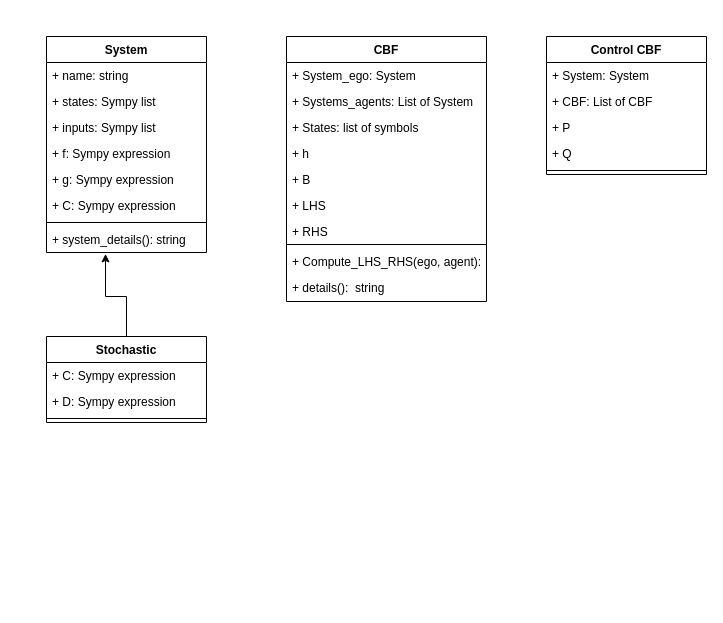
Above: scripts/python_architecture.drawio in tomashdz/control_barrier_function_kit (draw.io), before the change. Source tidied: cells renumbered, new cells numbered last; positions are measured from the earlier drawing's top-left corner, leaving out a move shared by most shapes. Both pictures are drawn from the tidied source at 100%, with x=0, y=0 at pixel (46, 36).
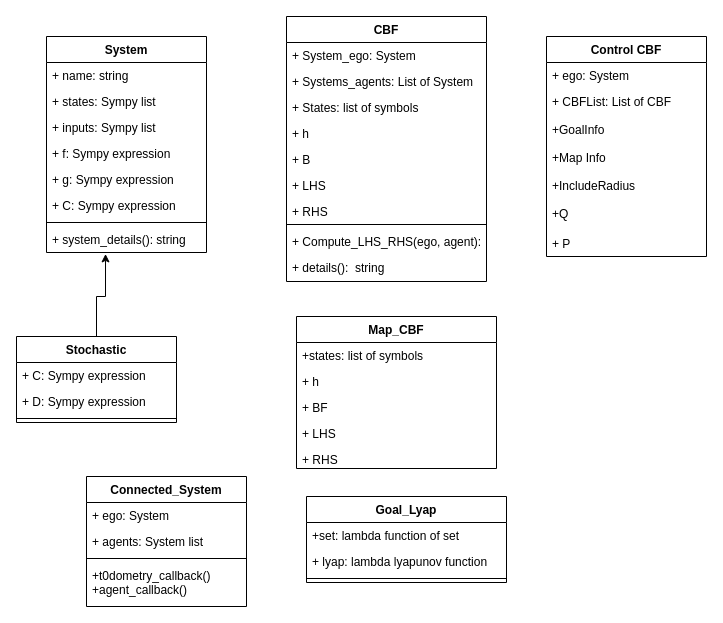
The same page after the edit.

The change refers to these unchanged cells:
```xml
<mxCell id="10" value="+ system_details(): string" style="text;strokeColor=none;fillColor=none;align=left;verticalAlign=top;spacingLeft=4;spacingRight=4;overflow=hidden;points=[[0,0.5],[1,0.5]];portConstraint=eastwest;" parent="2" vertex="1">
  <mxGeometry y="190" width="160" height="26" as="geometry" />
</mxCell>
```

The edit, as a diff of the source:
```diff
@@
     <mxCell id="11" style="edgeStyle=orthogonalEdgeStyle;rounded=0;jettySize=auto;html=1;exitX=0.5;exitY=0;exitDx=0;exitDy=0;entryX=0.369;entryY=1.055;entryDx=0;entryDy=0;entryPerimeter=0;" parent="1" edge="1" source="12" target="10">
       <mxGeometry relative="1" as="geometry">
         <Array as="points">
-          <mxPoint x="80" y="260" />
+          <mxPoint x="50" y="260" />
           <mxPoint x="59" y="260" />
         </Array>
       </mxGeometry>
     </mxCell>
     <mxCell id="12" value="Stochastic" style="swimlane;fontStyle=1;align=center;verticalAlign=top;horizontal=1;startSize=26;" parent="1" vertex="1">
-      <mxGeometry y="300" width="160" height="86" as="geometry" />
+      <mxGeometry x="-30" y="300" width="160" height="86" as="geometry" />
     </mxCell>
@@
     <mxCell id="16" value="CBF" style="swimlane;fontStyle=1;align=center;verticalAlign=top;horizontal=1;startSize=26;" parent="1" vertex="1">
-      <mxGeometry x="240" width="200" height="265" as="geometry" />
+      <mxGeometry x="240" y="-20" width="200" height="265" as="geometry" />
     </mxCell>
@@
     <mxCell id="27" value="Control CBF" style="swimlane;fontStyle=1;align=center;verticalAlign=top;horizontal=1;startSize=26;" parent="1" vertex="1">
-      <mxGeometry x="500" width="160" height="138" as="geometry" />
+      <mxGeometry x="500" width="160" height="220" as="geometry" />
     </mxCell>
-    <mxCell id="28" value="+ System: System" style="text;strokeColor=none;fillColor=none;align=left;verticalAlign=top;spacingLeft=4;spacingRight=4;overflow=hidden;" parent="27" vertex="1">
+    <mxCell id="28" value="+ ego: System" style="text;strokeColor=none;fillColor=none;align=left;verticalAlign=top;spacingLeft=4;spacingRight=4;overflow=hidden;" parent="27" vertex="1">
       <mxGeometry y="26" width="160" height="26" as="geometry" />
     </mxCell>
-    <mxCell id="29" value="+ CBF: List of CBF" style="text;strokeColor=none;fillColor=none;align=left;verticalAlign=top;spacingLeft=4;spacingRight=4;overflow=hidden;" parent="27" vertex="1">
-      <mxGeometry y="52" width="160" height="26" as="geometry" />
+    <mxCell id="29" value="+ CBFList: List of CBF&#10;" style="text;strokeColor=none;fillColor=none;align=left;verticalAlign=top;spacingLeft=4;spacingRight=4;overflow=hidden;" parent="27" vertex="1">
+      <mxGeometry y="52" width="160" height="28" as="geometry" />
     </mxCell>
+    <mxCell id="33" value="+GoalInfo&#10;" style="text;strokeColor=none;fillColor=none;align=left;verticalAlign=top;spacingLeft=4;spacingRight=4;overflow=hidden;" parent="27" vertex="1">
+      <mxGeometry y="80" width="160" height="28" as="geometry" />
+    </mxCell>
+    <mxCell id="31" value="+Map Info&#10;&#10;+IncludeRadius&#10;&#10;+Q" style="text;strokeColor=none;fillColor=none;align=left;verticalAlign=top;spacingLeft=4;spacingRight=4;overflow=hidden;" parent="27" vertex="1">
+      <mxGeometry y="108" width="160" height="86" as="geometry" />
+    </mxCell>
     <mxCell id="30" value="+ P" style="text;strokeColor=none;fillColor=none;align=left;verticalAlign=top;spacingLeft=4;spacingRight=4;overflow=hidden;" parent="27" vertex="1">
-      <mxGeometry y="78" width="160" height="26" as="geometry" />
+      <mxGeometry y="194" width="160" height="26" as="geometry" />
     </mxCell>
-    <mxCell id="31" value="+ Q" style="text;strokeColor=none;fillColor=none;align=left;verticalAlign=top;spacingLeft=4;spacingRight=4;overflow=hidden;" parent="27" vertex="1">
-      <mxGeometry y="104" width="160" height="26" as="geometry" />
-    </mxCell>
-    <mxCell id="32" style="line;strokeWidth=1;fillColor=none;align=left;verticalAlign=middle;spacingTop=-1;spacingLeft=3;spacingRight=3;labelPosition=right;" parent="27" vertex="1">
-      <mxGeometry y="130" width="160" height="8" as="geometry" />
-    </mxCell>
+    <mxCell id="34" value="Map_CBF" style="swimlane;fontStyle=1;align=center;verticalAlign=top;horizontal=1;startSize=26;" parent="1" vertex="1">
+      <mxGeometry x="250" y="280" width="200" height="152" as="geometry" />
+    </mxCell>
+    <mxCell id="35" value="+states: list of symbols" style="text;strokeColor=none;fillColor=none;align=left;verticalAlign=top;spacingLeft=4;spacingRight=4;overflow=hidden;" parent="34" vertex="1">
+      <mxGeometry y="26" width="200" height="26" as="geometry" />
+    </mxCell>
+    <mxCell id="36" value="+ h" style="text;strokeColor=none;fillColor=none;align=left;verticalAlign=top;spacingLeft=4;spacingRight=4;overflow=hidden;" parent="34" vertex="1">
+      <mxGeometry y="52" width="200" height="26" as="geometry" />
+    </mxCell>
+    <mxCell id="37" value="+ BF" style="text;strokeColor=none;fillColor=none;align=left;verticalAlign=top;spacingLeft=4;spacingRight=4;overflow=hidden;" parent="34" vertex="1">
+      <mxGeometry y="78" width="200" height="26" as="geometry" />
+    </mxCell>
+    <mxCell id="38" value="+ LHS" style="text;strokeColor=none;fillColor=none;align=left;verticalAlign=top;spacingLeft=4;spacingRight=4;overflow=hidden;" parent="34" vertex="1">
+      <mxGeometry y="104" width="200" height="26" as="geometry" />
+    </mxCell>
+    <mxCell id="39" value="+ RHS" style="text;strokeColor=none;fillColor=none;align=left;verticalAlign=top;spacingLeft=4;spacingRight=4;overflow=hidden;" parent="34" vertex="1">
+      <mxGeometry y="130" width="200" height="22" as="geometry" />
+    </mxCell>
+    <mxCell id="40" value="Connected_System" style="swimlane;fontStyle=1;align=center;verticalAlign=top;horizontal=1;startSize=26;" parent="1" vertex="1">
+      <mxGeometry x="40" y="440" width="160" height="130" as="geometry" />
+    </mxCell>
+    <mxCell id="41" value="+ ego: System" style="text;strokeColor=none;fillColor=none;align=left;verticalAlign=top;spacingLeft=4;spacingRight=4;overflow=hidden;" parent="40" vertex="1">
+      <mxGeometry y="26" width="160" height="26" as="geometry" />
+    </mxCell>
+    <mxCell id="42" value="+ agents: System list" style="text;strokeColor=none;fillColor=none;align=left;verticalAlign=top;spacingLeft=4;spacingRight=4;overflow=hidden;" parent="40" vertex="1">
+      <mxGeometry y="52" width="160" height="26" as="geometry" />
+    </mxCell>
+    <mxCell id="43" style="line;strokeWidth=1;fillColor=none;align=left;verticalAlign=middle;spacingTop=-1;spacingLeft=3;spacingRight=3;labelPosition=right;" parent="40" vertex="1">
+      <mxGeometry y="78" width="160" height="8" as="geometry" />
+    </mxCell>
+    <mxCell id="44" value="+t0dometry_callback()&#10;+agent_callback()" style="text;strokeColor=none;fillColor=none;align=left;verticalAlign=top;spacingLeft=4;spacingRight=4;overflow=hidden;" parent="40" vertex="1">
+      <mxGeometry y="86" width="160" height="44" as="geometry" />
+    </mxCell>
+    <mxCell id="45" value="Goal_Lyap" style="swimlane;fontStyle=1;align=center;verticalAlign=top;horizontal=1;startSize=26;" parent="1" vertex="1">
+      <mxGeometry x="260" y="460" width="200" height="86" as="geometry" />
+    </mxCell>
+    <mxCell id="46" value="+set: lambda function of set" style="text;strokeColor=none;fillColor=none;align=left;verticalAlign=top;spacingLeft=4;spacingRight=4;overflow=hidden;" parent="45" vertex="1">
+      <mxGeometry y="26" width="200" height="26" as="geometry" />
+    </mxCell>
+    <mxCell id="47" value="+ lyap: lambda lyapunov function" style="text;strokeColor=none;fillColor=none;align=left;verticalAlign=top;spacingLeft=4;spacingRight=4;overflow=hidden;" parent="45" vertex="1">
+      <mxGeometry y="52" width="200" height="26" as="geometry" />
+    </mxCell>
+    <mxCell id="48" style="line;strokeWidth=1;fillColor=none;align=left;verticalAlign=middle;spacingTop=-1;spacingLeft=3;spacingRight=3;labelPosition=right;" parent="45" vertex="1">
+      <mxGeometry y="78" width="200" height="8" as="geometry" />
+    </mxCell>
```
